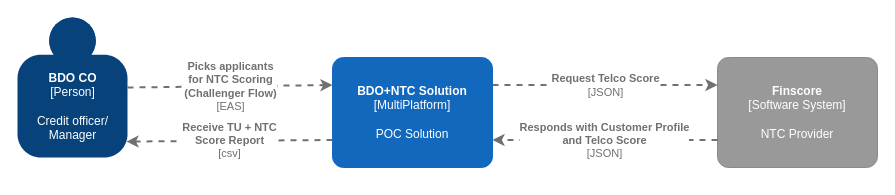
This is page "Context Diagram" (1 of 3) of BDO-NTC-EAS.drawio from howardleev/c4-draw.io, a draw.io file, before an edit. Source tidied: cells renumbered, new cells numbered last; positions are measured from the earlier drawing's top-left corner, leaving out a move shared by most shapes. Both pictures are drawn from the tidied source at 100%, with x=0, y=0 at pixel (17, 17).
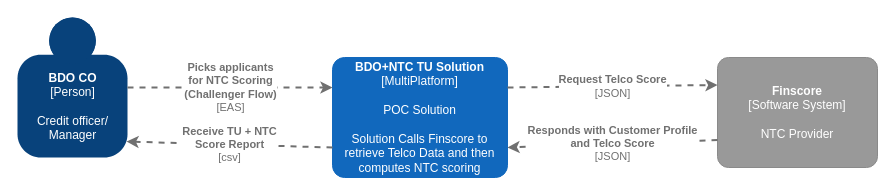
Above is the later version.

The edit, as a diff of the source:
```diff
@@
 <mxGraphModel>
   <root>
     <mxCell id="0" />
     <mxCell id="1" parent="0" />
     <object id="2" label="&lt;b&gt;%c4Name%&lt;/b&gt;&lt;div&gt;[%c4Type%]&lt;/div&gt;&lt;br&gt;&lt;div&gt;%c4Description%&lt;/div&gt;" c4Description="Credit officer/&#10;Manager" c4Name="BDO CO" c4Type="Person" placeholders="1">
       <mxCell style="html=1;dashed=0;whitespace=wrap;fillColor=#08427b;strokeColor=none;fontColor=#ffffff;shape=mxgraph.c4.person;align=center;points=[[0.5,0,0],[1,0.5,0],[1,0.75,0],[0.75,1,0],[0.5,1,0],[0.25,1,0],[0,0.75,0],[0,0.5,0]];metaData={&quot;c4Type&quot;:{&quot;editable&quot;:false}};direction=east;" parent="1" vertex="1">
         <mxGeometry width="110" height="140" as="geometry" />
       </mxCell>
     </object>
-    <object id="3" label="&lt;b&gt;%c4Name%&lt;/b&gt;&lt;div&gt;[%c4Type%]&lt;/div&gt;&lt;br&gt;&lt;div&gt;%c4Description%&lt;/div&gt;" c4Description="POC Solution " c4Name="BDO+NTC Solution" c4Type="MultiPlatform" placeholders="1">
+    <object id="3" label="&lt;b&gt;%c4Name%&lt;/b&gt;&lt;div&gt;[%c4Type%]&lt;/div&gt;&lt;br&gt;&lt;div&gt;%c4Description%&lt;/div&gt;" c4Description="POC Solution &#10;&#10;Solution Calls Finscore to retrieve Telco Data and then computes NTC scoring" c4Name="BDO+NTC TU Solution" c4Type="MultiPlatform" placeholders="1">
       <mxCell style="rounded=1;whiteSpace=wrap;html=1;labelBackgroundColor=none;fillColor=#1168BD;fontColor=#ffffff;align=center;arcSize=10;strokeColor=#1168BD;metaData={&quot;c4Type&quot;:{&quot;editable&quot;:false}};points=[[0.25,0,0],[0.5,0,0],[0.75,0,0],[1,0.25,0],[1,0.5,0],[1,0.75,0],[0.75,1,0],[0.5,1,0],[0.25,1,0],[0,0.75,0],[0,0.5,0],[0,0.25,0]];" parent="1" vertex="1">
-        <mxGeometry x="315" y="40" width="160" height="110" as="geometry" />
+        <mxGeometry x="315" y="40" width="175" height="120" as="geometry" />
       </mxCell>
     </object>
     <object id="4" label="&lt;div style=&quot;text-align: left&quot;&gt;&lt;div style=&quot;text-align: center&quot;&gt;&lt;b&gt;%c4Description%&lt;/b&gt;&lt;/div&gt;&lt;div style=&quot;text-align: center&quot;&gt;[%c4Technology%]&lt;/div&gt;&lt;/div&gt;" c4Description="Picks applicants&#10;for NTC Scoring&#10;(Challenger Flow)" c4Technology="EAS" placeholders="1">
       <mxCell style="edgeStyle=none;rounded=0;html=1;jettySize=auto;strokeColor=#707070;strokeWidth=2;fontColor=#707070;jumpStyle=none;dashed=1;metaData={&quot;c4Type&quot;:{&quot;editable&quot;:false}};entryX=0;entryY=0.25;entryDx=0;entryDy=0;entryPerimeter=0;exitX=1;exitY=0.5;exitDx=0;exitDy=0;exitPerimeter=0;" parent="1" edge="1" source="2" target="3">
         <mxGeometry relative="1" as="geometry" />
       </mxCell>
     </object>
     <object id="5" label="&lt;b&gt;%c4Name%&lt;/b&gt;&lt;div&gt;[%c4Type%]&lt;/div&gt;&lt;br&gt;&lt;div&gt;%c4Description%&lt;/div&gt;" c4Description="NTC Provider" c4Name="Finscore" c4Type="Software System" placeholders="1">
       <mxCell style="rounded=1;whiteSpace=wrap;html=1;labelBackgroundColor=none;fillColor=#999999;fontColor=#ffffff;align=center;arcSize=10;strokeColor=#8A8A8A;metaData={&quot;c4Type&quot;:{&quot;editable&quot;:false}};points=[[0.25,0,0],[0.5,0,0],[0.75,0,0],[1,0.25,0],[1,0.5,0],[1,0.75,0],[0.75,1,0],[0.5,1,0],[0.25,1,0],[0,0.75,0],[0,0.5,0],[0,0.25,0]];" parent="1" vertex="1">
         <mxGeometry x="700" y="40" width="160" height="110" as="geometry" />
       </mxCell>
     </object>
     <object id="6" label="&lt;div style=&quot;text-align: left&quot;&gt;&lt;div style=&quot;text-align: center&quot;&gt;&lt;b&gt;%c4Description%&lt;/b&gt;&lt;/div&gt;&lt;div style=&quot;text-align: center&quot;&gt;[%c4Technology%]&lt;/div&gt;&lt;/div&gt;" c4Description="Request Telco Score" c4Technology="JSON" placeholders="1">
       <mxCell style="edgeStyle=none;rounded=0;html=1;entryX=0;entryY=0.25;jettySize=auto;strokeColor=#707070;strokeWidth=2;fontColor=#707070;jumpStyle=none;dashed=1;metaData={&quot;c4Type&quot;:{&quot;editable&quot;:false}};exitX=1;exitY=0.25;exitDx=0;exitDy=0;exitPerimeter=0;entryDx=0;entryDy=0;entryPerimeter=0;" parent="1" edge="1" source="3" target="5">
         <mxGeometry relative="1" as="geometry" />
       </mxCell>
     </object>
     <object id="7" label="&lt;div style=&quot;text-align: left&quot;&gt;&lt;div style=&quot;text-align: center&quot;&gt;&lt;b&gt;%c4Description%&lt;/b&gt;&lt;/div&gt;&lt;div style=&quot;text-align: center&quot;&gt;[%c4Technology%]&lt;/div&gt;&lt;/div&gt;" c4Description="Responds with Customer Profile&#10;and Telco Score" c4Technology="JSON" placeholders="1">
       <mxCell style="edgeStyle=none;rounded=0;html=1;entryX=1;entryY=0.75;jettySize=auto;strokeColor=#707070;strokeWidth=2;fontColor=#707070;jumpStyle=none;dashed=1;metaData={&quot;c4Type&quot;:{&quot;editable&quot;:false}};entryDx=0;entryDy=0;entryPerimeter=0;exitX=0;exitY=0.75;exitDx=0;exitDy=0;exitPerimeter=0;" parent="1" edge="1" source="5" target="3">
         <mxGeometry relative="1" as="geometry" />
       </mxCell>
     </object>
     <object id="8" label="&lt;div style=&quot;text-align: left&quot;&gt;&lt;div style=&quot;text-align: center&quot;&gt;&lt;b&gt;%c4Description%&lt;/b&gt;&lt;/div&gt;&lt;div style=&quot;text-align: center&quot;&gt;[%c4Technology%]&lt;/div&gt;&lt;/div&gt;" c4Description="Receive TU + NTC &#10;Score Report" c4Technology="csv" placeholders="1">
       <mxCell style="edgeStyle=none;rounded=0;html=1;jettySize=auto;strokeColor=#707070;strokeWidth=2;fontColor=#707070;jumpStyle=none;dashed=1;metaData={&quot;c4Type&quot;:{&quot;editable&quot;:false}};exitX=0;exitY=0.75;exitDx=0;exitDy=0;exitPerimeter=0;entryX=0.991;entryY=0.886;entryDx=0;entryDy=0;entryPerimeter=0;" parent="1" edge="1" source="3" target="2">
         <mxGeometry relative="1" as="geometry" />
       </mxCell>
     </object>
   </root>
 </mxGraphModel>
```
